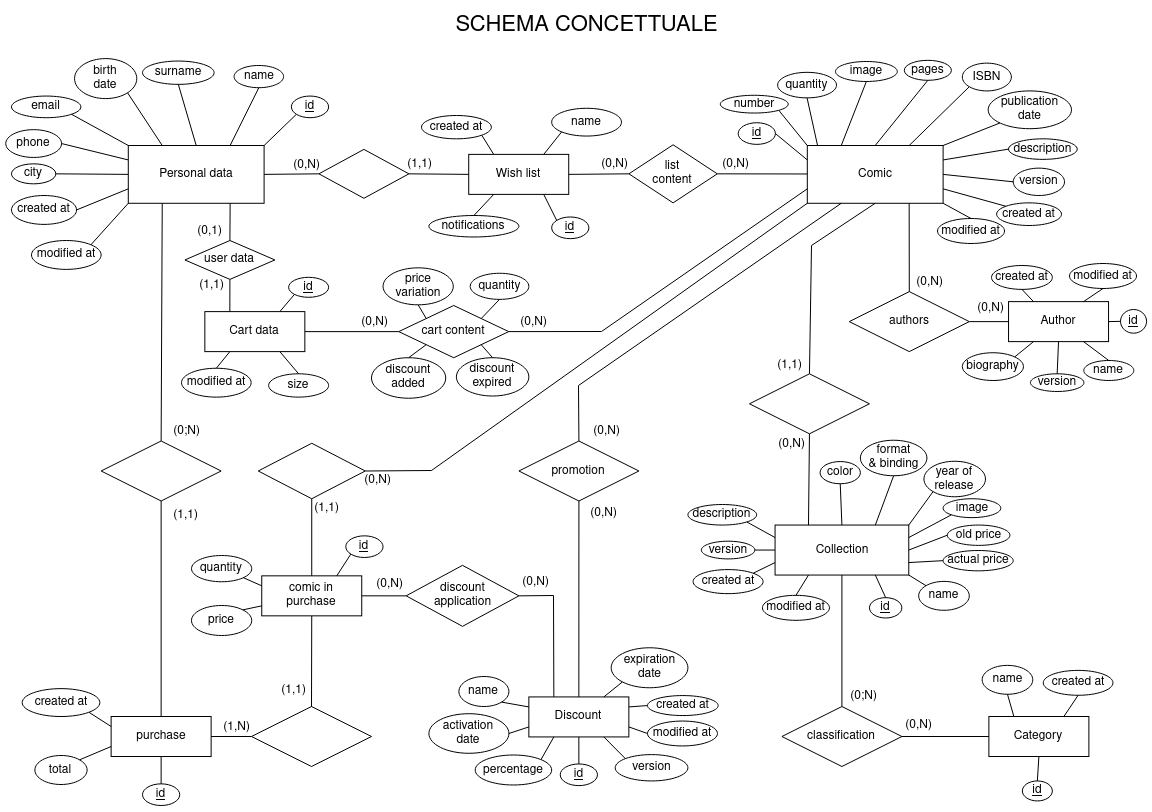
Before: doc/database/Comics_store_ER_diagram.drawio.png, a diagram exported from draw.io (Enricods-i/Comics-Store-Backend). Source tidied: cells renumbered, new cells last; positions are measured from the earlier drawing's top-left corner, leaving out a move shared by most shapes.
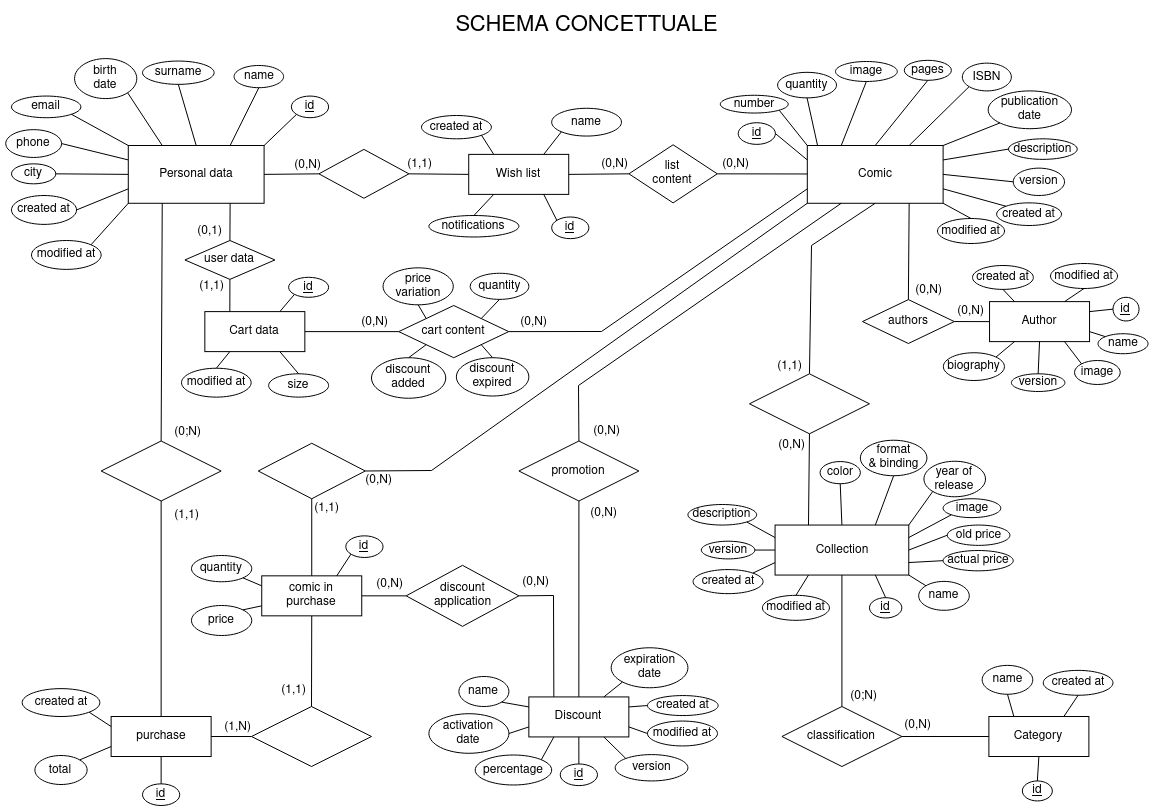
The same diagram one commit later.

Diff of the diagram source:
```diff
@@ -518,17 +518,17 @@
       <mxGeometry relative="1" as="geometry" />
     </mxCell>
     <mxCell id="153" value="Author" style="whiteSpace=wrap;html=1;align=center;" parent="1" vertex="1">
-      <mxGeometry x="1003" y="296.1" width="100" height="40" as="geometry" />
+      <mxGeometry x="984" y="296.1" width="100" height="40" as="geometry" />
     </mxCell>
     <mxCell id="154" value="authors" style="shape=rhombus;perimeter=rhombusPerimeter;whiteSpace=wrap;html=1;align=center;" parent="1" vertex="1">
-      <mxGeometry x="843.8" y="286.1" width="120" height="60" as="geometry" />
+      <mxGeometry x="857" y="294.1" width="91.8" height="43.9" as="geometry" />
     </mxCell>
     <mxCell id="155" style="endArrow=none;html=1;rounded=0;exitX=0;exitY=0.5;exitDx=0;exitDy=0;entryX=1;entryY=0.5;entryDx=0;entryDy=0;" parent="1" edge="1" source="153" target="154">
       <mxGeometry relative="1" as="geometry" />
     </mxCell>
     <mxCell id="156" value="(0,N)" style="html=1;align=right;verticalAlign=bottom;" parent="155" vertex="1">
       <mxGeometry x="1" relative="1" as="geometry">
-        <mxPoint x="35" y="-4" as="offset" />
+        <mxPoint x="30" y="-1" as="offset" />
       </mxGeometry>
     </mxCell>
     <mxCell id="157" style="endArrow=none;html=1;rounded=0;entryX=0.5;entryY=0;entryDx=0;entryDy=0;exitX=0.75;exitY=1;exitDx=0;exitDy=0;" parent="1" edge="1" source="2" target="154">
@@ -540,15 +540,15 @@
       </mxGeometry>
     </mxCell>
     <mxCell id="159" value="id" style="ellipse;whiteSpace=wrap;html=1;align=center;fontStyle=4;" parent="1" vertex="1">
-      <mxGeometry x="1115" y="304" width="26.1" height="23.7" as="geometry" />
+      <mxGeometry x="1107.5" y="291.8" width="26.1" height="23.7" as="geometry" />
     </mxCell>
     <mxCell id="160" value="name" style="ellipse;whiteSpace=wrap;html=1;align=center;" parent="1" vertex="1">
-      <mxGeometry x="1078.3" y="355" width="50" height="20" as="geometry" />
+      <mxGeometry x="1092.5" y="328.2" width="50" height="20" as="geometry" />
     </mxCell>
-    <mxCell id="161" style="endArrow=none;html=1;rounded=0;exitX=0.5;exitY=0;exitDx=0;exitDy=0;entryX=0.75;entryY=1;entryDx=0;entryDy=0;" parent="1" edge="1" source="160" target="153">
+    <mxCell id="161" style="endArrow=none;html=1;rounded=0;exitX=0;exitY=0;exitDx=0;exitDy=0;entryX=1;entryY=0.75;entryDx=0;entryDy=0;" parent="1" edge="1" source="160" target="153">
       <mxGeometry relative="1" as="geometry" />
     </mxCell>
-    <mxCell id="162" style="endArrow=none;html=1;rounded=0;entryX=1;entryY=0.5;entryDx=0;entryDy=0;exitX=0;exitY=0.5;exitDx=0;exitDy=0;" parent="1" edge="1" source="159" target="153">
+    <mxCell id="162" style="endArrow=none;html=1;rounded=0;entryX=1;entryY=0.25;entryDx=0;entryDy=0;exitX=0;exitY=0.5;exitDx=0;exitDy=0;" parent="1" edge="1" source="159" target="153">
       <mxGeometry relative="1" as="geometry" />
     </mxCell>
     <mxCell id="163" value="created at" style="ellipse;whiteSpace=wrap;html=1;align=center;" parent="1" vertex="1">
@@ -594,10 +594,10 @@
       <mxGeometry relative="1" as="geometry" />
     </mxCell>
     <mxCell id="177" value="biography" style="ellipse;whiteSpace=wrap;html=1;align=center;" parent="1" vertex="1">
-      <mxGeometry x="956.8" y="347.2" width="61.1" height="27.8" as="geometry" />
+      <mxGeometry x="937.8" y="347.2" width="61.1" height="27.8" as="geometry" />
     </mxCell>
     <mxCell id="178" value="created at" style="ellipse;whiteSpace=wrap;html=1;align=center;" parent="1" vertex="1">
-      <mxGeometry x="986" y="260" width="60.9" height="23.9" as="geometry" />
+      <mxGeometry x="967" y="260" width="60.9" height="23.9" as="geometry" />
     </mxCell>
     <mxCell id="179" style="endArrow=none;html=1;rounded=0;exitX=1;exitY=0;exitDx=0;exitDy=0;entryX=0.25;entryY=1;entryDx=0;entryDy=0;" parent="1" edge="1" source="177" target="153">
       <mxGeometry relative="1" as="geometry" />
@@ -630,7 +630,7 @@
       <mxGeometry relative="1" as="geometry" />
     </mxCell>
     <mxCell id="189" value="version" style="ellipse;whiteSpace=wrap;html=1;align=center;" parent="1" vertex="1">
-      <mxGeometry x="1024.9" y="368.3" width="53.5" height="17.7" as="geometry" />
+      <mxGeometry x="1005.9" y="368.3" width="53.5" height="17.7" as="geometry" />
     </mxCell>
     <mxCell id="190" style="endArrow=none;html=1;rounded=0;exitX=0.5;exitY=1;exitDx=0;exitDy=0;entryX=0.5;entryY=0;entryDx=0;entryDy=0;" parent="1" edge="1" source="153" target="189">
       <mxGeometry relative="1" as="geometry" />
@@ -666,7 +666,7 @@
       <mxGeometry relative="1" as="geometry" />
     </mxCell>
     <mxCell id="201" value="modified at" style="ellipse;whiteSpace=wrap;html=1;align=center;" parent="1" vertex="1">
-      <mxGeometry x="1064" y="258" width="67" height="25" as="geometry" />
+      <mxGeometry x="1045" y="258" width="67" height="25" as="geometry" />
     </mxCell>
     <mxCell id="202" style="endArrow=none;html=1;rounded=0;exitX=0.5;exitY=1;exitDx=0;exitDy=0;entryX=0.75;entryY=0;entryDx=0;entryDy=0;" parent="1" edge="1" source="201" target="153">
       <mxGeometry relative="1" as="geometry" />
@@ -677,5 +677,11 @@
     <mxCell id="204" style="endArrow=none;html=1;rounded=0;exitX=0.5;exitY=0;exitDx=0;exitDy=0;entryX=0.25;entryY=1;entryDx=0;entryDy=0;" parent="1" edge="1" source="203" target="33">
       <mxGeometry relative="1" as="geometry" />
     </mxCell>
+    <mxCell id="205" value="image" style="ellipse;whiteSpace=wrap;html=1;align=center;" parent="1" vertex="1">
+      <mxGeometry x="1069" y="355" width="45.8" height="24" as="geometry" />
+    </mxCell>
+    <mxCell id="206" style="endArrow=none;html=1;rounded=0;exitX=0.75;exitY=1;exitDx=0;exitDy=0;entryX=0;entryY=0;entryDx=0;entryDy=0;" parent="1" edge="1" source="153" target="205">
+      <mxGeometry relative="1" as="geometry" />
+    </mxCell>
   </root>
 </mxGraphModel>
```
